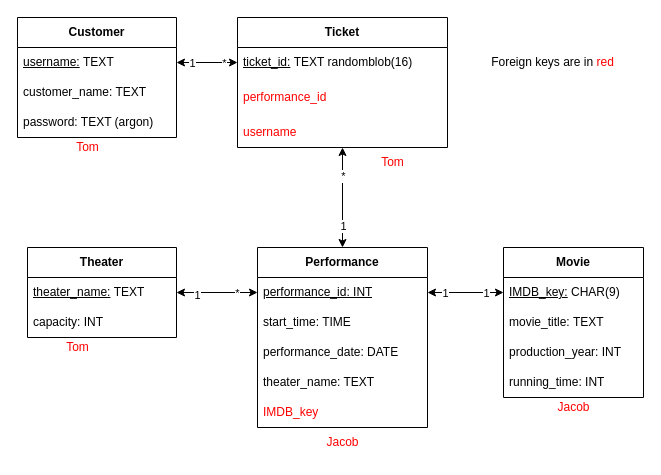
Earlier version of the draw.io diagram Lab2_ER_Model_w_Foreign_Keys.drawio (sergioferniza/edaf75). Source tidied: cells renumbered, new cells numbered last; positions are measured from the earlier drawing's top-left corner, leaving out a move shared by most shapes. Both pictures are drawn from the tidied source at 100%, with x=0, y=0 at pixel (17, 17).
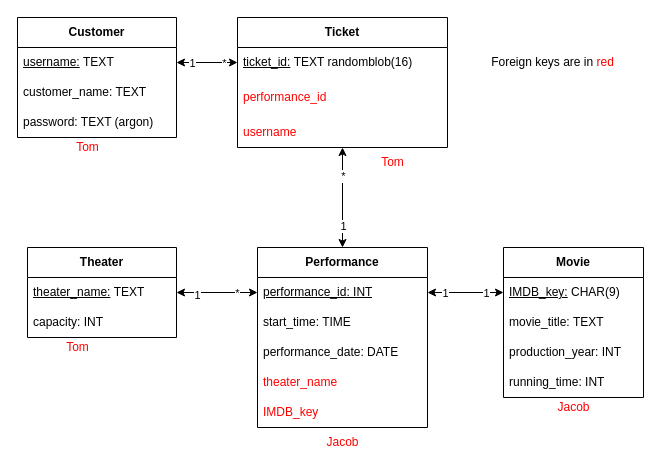
The same diagram, later.

The change refers to these unchanged cells:
```xml
<mxCell id="10" value="Performance" style="swimlane;fontStyle=1;horizontal=1;startSize=30;whiteSpace=wrap;html=1;" parent="1" vertex="1">
  <mxGeometry x="240" y="230" width="170" height="180" as="geometry" />
</mxCell>
```

The edit, as a diff of the source:
```diff
@@
-    <mxCell id="14" value="theater_name: TEXT" style="text;strokeColor=none;fillColor=none;align=left;verticalAlign=middle;spacingLeft=4;spacingRight=4;overflow=hidden;whiteSpace=wrap;html=1;" parent="10" vertex="1">
+    <mxCell id="14" value="&lt;font color=&quot;#ff0000&quot;&gt;theater_name&lt;/font&gt;" style="text;strokeColor=none;fillColor=none;align=left;verticalAlign=middle;spacingLeft=4;spacingRight=4;overflow=hidden;whiteSpace=wrap;html=1;" parent="10" vertex="1">
       <mxGeometry y="120" width="170" height="30" as="geometry" />
     </mxCell>
```
